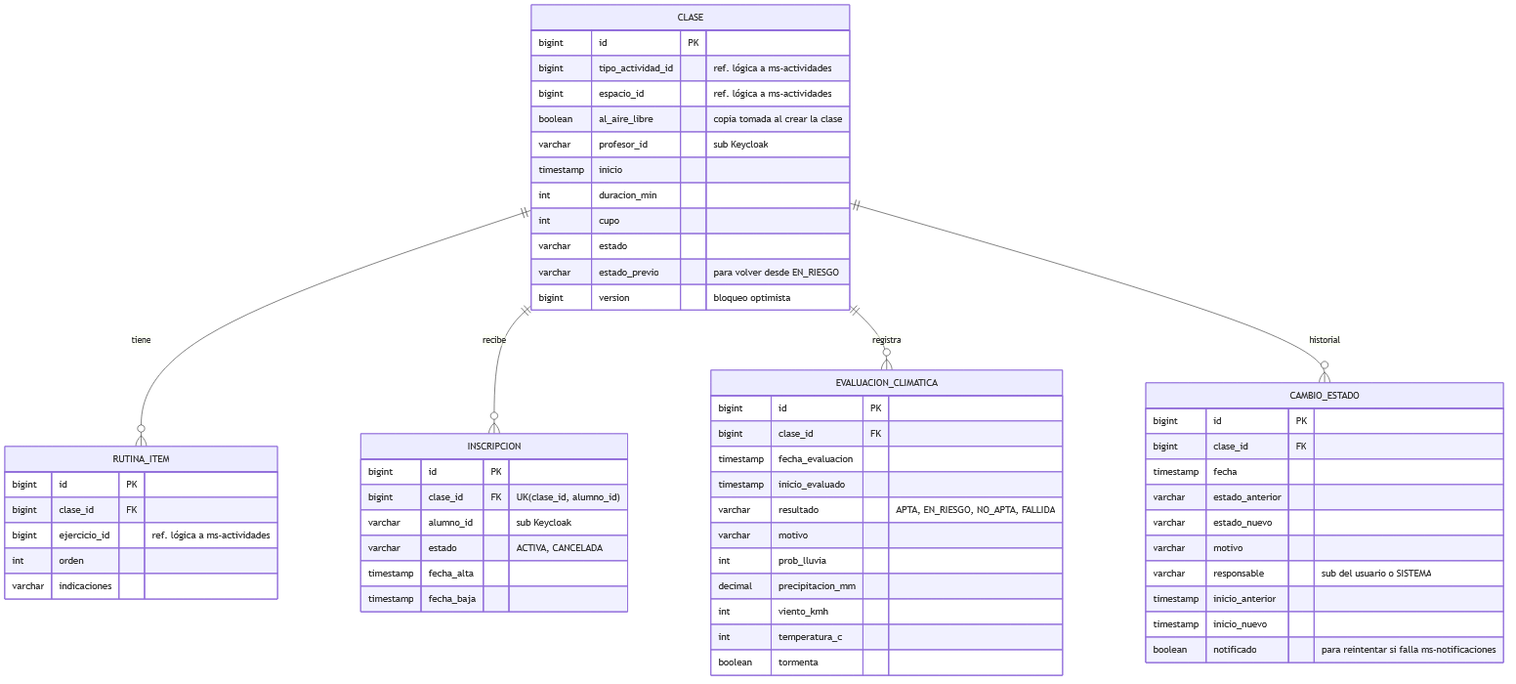
Above: docs/diagramas/der-clases.png in tomy91449/climafit (Mermaid), before the change. Its source is kept beside it as docs/diagramas/der-clases.mmd.
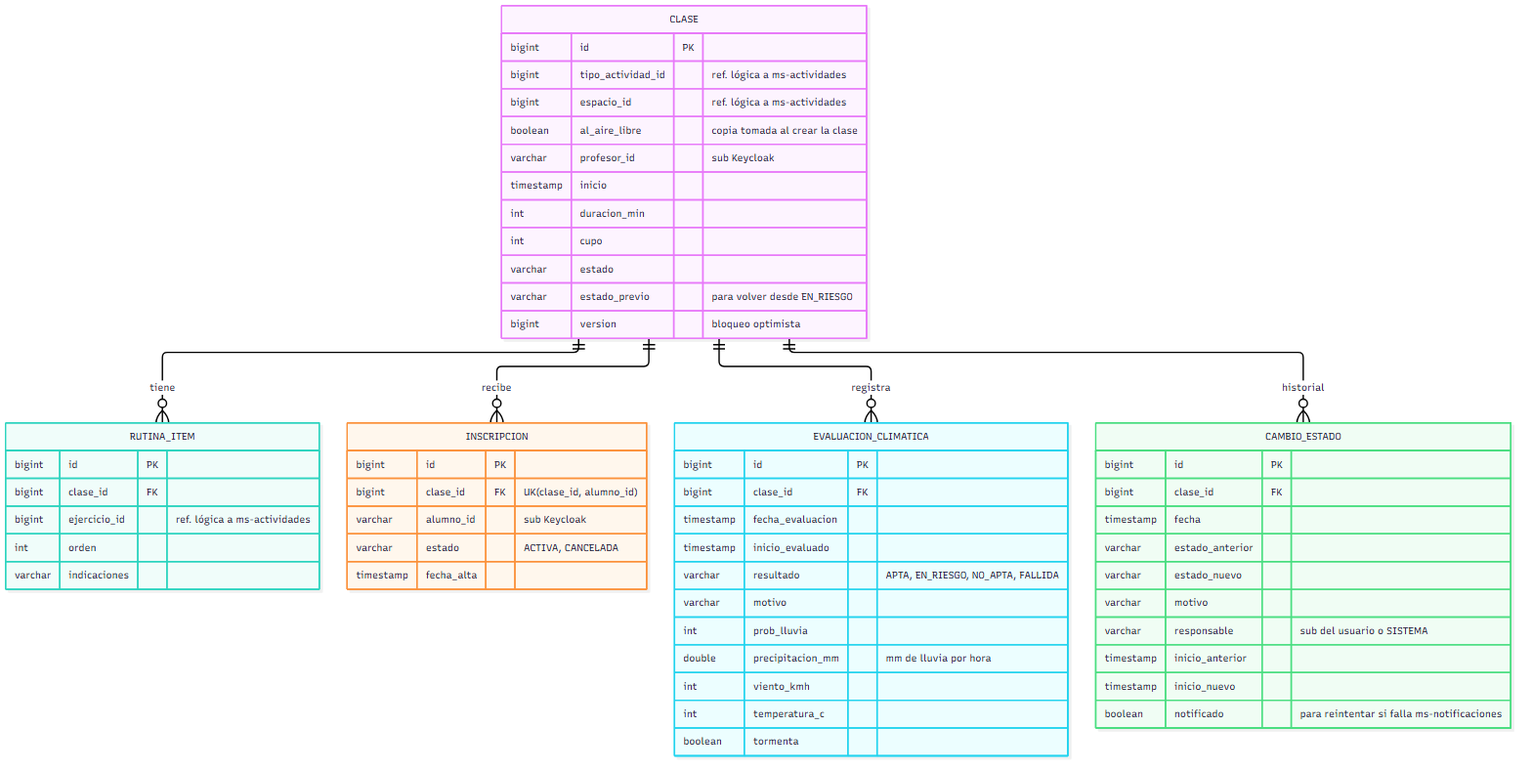
Above is the later version.

Diff of the diagram source:
```diff
@@ -25,7 +25,6 @@
     varchar alumno_id "sub Keycloak"
     varchar estado "ACTIVA, CANCELADA"
     timestamp fecha_alta
-    timestamp fecha_baja
   }
   EVALUACION_CLIMATICA {
     bigint id PK
@@ -35,7 +34,7 @@
     varchar resultado "APTA, EN_RIESGO, NO_APTA, FALLIDA"
     varchar motivo
     int prob_lluvia
-    decimal precipitacion_mm
+    double precipitacion_mm "mm de lluvia por hora"
     int viento_kmh
     int temperatura_c
     boolean tormenta
```
